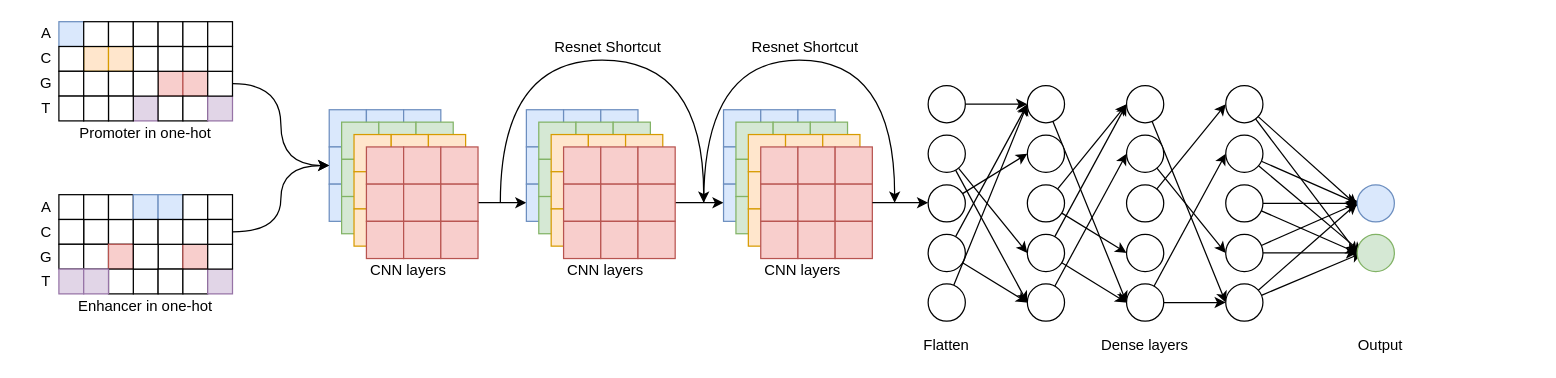
Earlier version of the draw.io diagram onehot_resnet18.drawio (NaiveTom/draw.io). Source tidied: cells renumbered, new cells numbered last; positions are measured from the earlier drawing's top-left corner, leaving out a move shared by most shapes. Both pictures are drawn from the tidied source at 124%, with x=0, y=0 at pixel (21, 21).
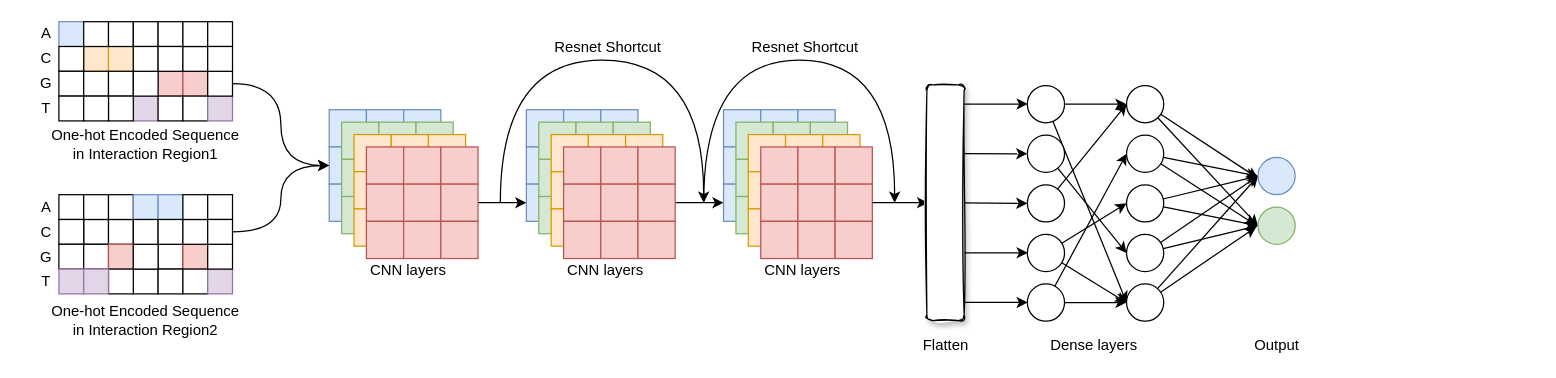
After the change.

What changed in the source:
```diff
@@
-    <mxCell id="118" style="edgeStyle=none;rounded=0;jettySize=auto;html=1;entryX=0;entryY=0.5;entryDx=0;entryDy=0;" parent="1" edge="1" source="119" target="131">
-      <mxGeometry relative="1" as="geometry" />
-    </mxCell>
-    <mxCell id="119" style="ellipse;whiteSpace=wrap;html=1;" parent="1" vertex="1">
-      <mxGeometry x="731" y="51.5" width="30" height="30" as="geometry" />
-    </mxCell>
-    <mxCell id="120" style="edgeStyle=none;rounded=1;jumpSize=20;jettySize=auto;html=1;entryX=0;entryY=0.5;entryDx=0;entryDy=0;strokeWidth=1;" parent="1" edge="1" source="122" target="140">
-      <mxGeometry relative="1" as="geometry" />
-    </mxCell>
-    <mxCell id="121" style="edgeStyle=none;rounded=1;jumpSize=20;jettySize=auto;html=1;entryX=0;entryY=0.5;entryDx=0;entryDy=0;strokeWidth=1;" parent="1" edge="1" source="122" target="138">
-      <mxGeometry relative="1" as="geometry" />
-    </mxCell>
-    <mxCell id="122" style="ellipse;whiteSpace=wrap;html=1;" parent="1" vertex="1">
-      <mxGeometry x="731" y="91.5" width="30" height="30" as="geometry" />
-    </mxCell>
-    <mxCell id="123" style="rounded=1;jumpSize=20;jettySize=auto;html=1;entryX=0;entryY=0.5;entryDx=0;entryDy=0;strokeWidth=1;" parent="1" edge="1" source="124" target="132">
-      <mxGeometry relative="1" as="geometry" />
-    </mxCell>
-    <mxCell id="124" style="ellipse;whiteSpace=wrap;html=1;" parent="1" vertex="1">
-      <mxGeometry x="731" y="131.5" width="30" height="30" as="geometry" />
-    </mxCell>
-    <mxCell id="125" style="rounded=1;jumpSize=20;jettySize=auto;html=1;entryX=0;entryY=0.5;entryDx=0;entryDy=0;strokeWidth=1;" parent="1" edge="1" source="127" target="131">
-      <mxGeometry relative="1" as="geometry" />
-    </mxCell>
-    <mxCell id="126" style="edgeStyle=none;rounded=1;jumpSize=20;jettySize=auto;html=1;entryX=0;entryY=0.5;entryDx=0;entryDy=0;strokeWidth=1;" parent="1" edge="1" source="127" target="140">
-      <mxGeometry relative="1" as="geometry" />
-    </mxCell>
-    <mxCell id="127" style="ellipse;whiteSpace=wrap;html=1;" parent="1" vertex="1">
-      <mxGeometry x="731" y="171.5" width="30" height="30" as="geometry" />
-    </mxCell>
-    <mxCell id="128" style="edgeStyle=none;rounded=1;jumpSize=20;jettySize=auto;html=1;entryX=0;entryY=0.5;entryDx=0;entryDy=0;strokeWidth=1;" parent="1" edge="1" source="129" target="131">
-      <mxGeometry relative="1" as="geometry" />
-    </mxCell>
-    <mxCell id="129" style="ellipse;whiteSpace=wrap;html=1;" parent="1" vertex="1">
-      <mxGeometry x="731" y="211.5" width="30" height="30" as="geometry" />
-    </mxCell>
-    <mxCell id="130" style="edgeStyle=none;rounded=1;jumpSize=20;jettySize=auto;html=1;entryX=0;entryY=0.5;entryDx=0;entryDy=0;strokeWidth=1;" parent="1" edge="1" source="131" target="152">
-      <mxGeometry relative="1" as="geometry" />
-    </mxCell>
-    <mxCell id="131" style="ellipse;whiteSpace=wrap;html=1;" parent="1" vertex="1">
-      <mxGeometry x="811" y="51.5" width="30" height="30" as="geometry" />
-    </mxCell>
-    <mxCell id="132" style="ellipse;whiteSpace=wrap;html=1;" parent="1" vertex="1">
-      <mxGeometry x="811" y="91.5" width="30" height="30" as="geometry" />
-    </mxCell>
-    <mxCell id="133" style="edgeStyle=none;rounded=1;jumpSize=20;jettySize=auto;html=1;entryX=0;entryY=0.5;entryDx=0;entryDy=0;strokeWidth=1;" parent="1" edge="1" source="135" target="149">
-      <mxGeometry relative="1" as="geometry" />
-    </mxCell>
-    <mxCell id="134" style="edgeStyle=none;rounded=1;jumpSize=20;jettySize=auto;html=1;entryX=0;entryY=0.5;entryDx=0;entryDy=0;strokeWidth=1;" parent="1" edge="1" source="135" target="144">
-      <mxGeometry relative="1" as="geometry" />
-    </mxCell>
-    <mxCell id="135" style="ellipse;whiteSpace=wrap;html=1;" parent="1" vertex="1">
-      <mxGeometry x="811" y="131.5" width="30" height="30" as="geometry" />
-    </mxCell>
-    <mxCell id="136" style="edgeStyle=none;rounded=1;jumpSize=20;jettySize=auto;html=1;entryX=0;entryY=0.5;entryDx=0;entryDy=0;strokeWidth=1;" parent="1" edge="1" source="138" target="144">
-      <mxGeometry relative="1" as="geometry" />
-    </mxCell>
-    <mxCell id="137" style="edgeStyle=none;rounded=1;jumpSize=20;jettySize=auto;html=1;entryX=0;entryY=0.5;entryDx=0;entryDy=0;strokeWidth=1;" parent="1" edge="1" source="138" target="152">
-      <mxGeometry relative="1" as="geometry" />
-    </mxCell>
-    <mxCell id="138" style="ellipse;whiteSpace=wrap;html=1;" parent="1" vertex="1">
-      <mxGeometry x="811" y="171.5" width="30" height="30" as="geometry" />
-    </mxCell>
-    <mxCell id="139" style="edgeStyle=none;rounded=1;jumpSize=20;jettySize=auto;html=1;entryX=0;entryY=0.5;entryDx=0;entryDy=0;strokeWidth=1;" parent="1" edge="1" source="140" target="146">
-      <mxGeometry relative="1" as="geometry" />
-    </mxCell>
-    <mxCell id="140" style="ellipse;whiteSpace=wrap;html=1;" parent="1" vertex="1">
-      <mxGeometry x="811" y="211.5" width="30" height="30" as="geometry" />
-    </mxCell>
     <mxCell id="141" value="Dense layers" style="text;html=1;strokeColor=none;fillColor=none;align=center;verticalAlign=middle;whiteSpace=wrap;rounded=0;" parent="1" vertex="1">
-      <mxGeometry x="781" y="250.5" width="250" height="20" as="geometry" />
+      <mxGeometry x="820" y="250.5" width="90" height="20" as="geometry" />
     </mxCell>
     <mxCell id="142" value="Flatten" style="text;html=1;strokeColor=none;fillColor=none;align=center;verticalAlign=middle;whiteSpace=wrap;rounded=0;" parent="1" vertex="1">
-      <mxGeometry x="621" y="250.5" width="250" height="20" as="geometry" />
+      <mxGeometry x="734.5" y="250.5" width="21" height="20" as="geometry" />
     </mxCell>
@@
+    <mxCell id="243" style="edgeStyle=none;rounded=0;jettySize=auto;html=1;entryX=0;entryY=0.5;entryDx=0;entryDy=0;" parent="1" edge="1" source="144" target="155">
+      <mxGeometry relative="1" as="geometry" />
+    </mxCell>
     <mxCell id="144" style="ellipse;whiteSpace=wrap;html=1;" parent="1" vertex="1">
-      <mxGeometry x="891" y="51.5" width="30" height="30" as="geometry" />
+      <mxGeometry x="811" y="51.5" width="30" height="30" as="geometry" />
     </mxCell>
@@
     <mxCell id="146" style="ellipse;whiteSpace=wrap;html=1;" parent="1" vertex="1">
-      <mxGeometry x="891" y="91.5" width="30" height="30" as="geometry" />
+      <mxGeometry x="811" y="91.5" width="30" height="30" as="geometry" />
     </mxCell>
@@
     <mxCell id="148" style="ellipse;whiteSpace=wrap;html=1;" parent="1" vertex="1">
-      <mxGeometry x="891" y="131.5" width="30" height="30" as="geometry" />
+      <mxGeometry x="811" y="131.5" width="30" height="30" as="geometry" />
     </mxCell>
+    <mxCell id="244" style="edgeStyle=none;rounded=0;jettySize=auto;html=1;entryX=0;entryY=0.5;entryDx=0;entryDy=0;" parent="1" edge="1" source="149" target="161">
+      <mxGeometry relative="1" as="geometry" />
+    </mxCell>
+    <mxCell id="245" style="edgeStyle=none;rounded=0;jettySize=auto;html=1;entryX=0;entryY=0.5;entryDx=0;entryDy=0;" parent="1" edge="1" source="149" target="167">
+      <mxGeometry relative="1" as="geometry" />
+    </mxCell>
     <mxCell id="149" style="ellipse;whiteSpace=wrap;html=1;" parent="1" vertex="1">
-      <mxGeometry x="891" y="171.5" width="30" height="30" as="geometry" />
+      <mxGeometry x="811" y="171.5" width="30" height="30" as="geometry" />
     </mxCell>
@@
     <mxCell id="152" style="ellipse;whiteSpace=wrap;html=1;" parent="1" vertex="1">
-      <mxGeometry x="891" y="211.5" width="30" height="30" as="geometry" />
+      <mxGeometry x="811" y="211.5" width="30" height="30" as="geometry" />
     </mxCell>
@@
     <mxCell id="155" style="ellipse;whiteSpace=wrap;html=1;" parent="1" vertex="1">
-      <mxGeometry x="971" y="51.5" width="30" height="30" as="geometry" />
+      <mxGeometry x="891" y="51.5" width="30" height="30" as="geometry" />
     </mxCell>
@@
-    <mxCell id="157" style="edgeStyle=none;rounded=1;jumpSize=20;jettySize=auto;html=1;strokeWidth=1;" parent="1" edge="1" source="158">
-      <mxGeometry relative="1" as="geometry">
-        <mxPoint x="1081" y="186.5" as="targetPoint" />
-      </mxGeometry>
+    <mxCell id="157" style="edgeStyle=none;rounded=1;jumpSize=20;jettySize=auto;html=1;strokeWidth=1;entryX=-0.057;entryY=0.483;entryDx=0;entryDy=0;entryPerimeter=0;" parent="1" edge="1" source="158" target="170">
+      <mxGeometry relative="1" as="geometry" />
     </mxCell>
     <mxCell id="158" style="ellipse;whiteSpace=wrap;html=1;" parent="1" vertex="1">
-      <mxGeometry x="971" y="91.5" width="30" height="30" as="geometry" />
+      <mxGeometry x="891" y="91.5" width="30" height="30" as="geometry" />
     </mxCell>
@@
-    <mxCell id="160" style="edgeStyle=none;rounded=1;jumpSize=20;jettySize=auto;html=1;strokeWidth=1;" parent="1" edge="1" source="161">
-      <mxGeometry relative="1" as="geometry">
-        <mxPoint x="1081" y="146.5" as="targetPoint" />
-      </mxGeometry>
+    <mxCell id="160" style="edgeStyle=none;rounded=1;jumpSize=20;jettySize=auto;html=1;strokeWidth=1;entryX=0;entryY=0.5;entryDx=0;entryDy=0;" parent="1" edge="1" source="161" target="169">
+      <mxGeometry relative="1" as="geometry" />
     </mxCell>
     <mxCell id="161" style="ellipse;whiteSpace=wrap;html=1;" parent="1" vertex="1">
-      <mxGeometry x="971" y="131.5" width="30" height="30" as="geometry" />
+      <mxGeometry x="891" y="131.5" width="30" height="30" as="geometry" />
     </mxCell>
@@
     <mxCell id="164" style="ellipse;whiteSpace=wrap;html=1;" parent="1" vertex="1">
-      <mxGeometry x="971" y="171.5" width="30" height="30" as="geometry" />
+      <mxGeometry x="891" y="171.5" width="30" height="30" as="geometry" />
     </mxCell>
-    <mxCell id="165" style="edgeStyle=none;rounded=1;jumpSize=20;jettySize=auto;html=1;strokeWidth=1;" parent="1" edge="1" source="167">
-      <mxGeometry relative="1" as="geometry">
-        <mxPoint x="1081" y="186.5" as="targetPoint" />
-      </mxGeometry>
+    <mxCell id="165" style="edgeStyle=none;rounded=1;jumpSize=20;jettySize=auto;html=1;strokeWidth=1;entryX=-0.05;entryY=0.538;entryDx=0;entryDy=0;entryPerimeter=0;" parent="1" edge="1" source="167" target="170">
+      <mxGeometry relative="1" as="geometry" />
     </mxCell>
@@
     <mxCell id="167" style="ellipse;whiteSpace=wrap;html=1;" parent="1" vertex="1">
-      <mxGeometry x="971" y="211.5" width="30" height="30" as="geometry" />
+      <mxGeometry x="891" y="211.5" width="30" height="30" as="geometry" />
     </mxCell>
     <mxCell id="168" value="&lt;div&gt;Output&lt;/div&gt;" style="text;html=1;strokeColor=none;fillColor=none;align=center;verticalAlign=middle;whiteSpace=wrap;rounded=0;" parent="1" vertex="1">
-      <mxGeometry x="971" y="250.5" width="250" height="20" as="geometry" />
+      <mxGeometry x="1000.8" y="250.5" width="22.5" height="20" as="geometry" />
     </mxCell>
     <mxCell id="169" style="ellipse;whiteSpace=wrap;html=1;fillColor=#dae8fc;strokeColor=#6c8ebf;" parent="1" vertex="1">
-      <mxGeometry x="1077" y="131.5" width="30" height="30" as="geometry" />
+      <mxGeometry x="997" y="109.5" width="30" height="30" as="geometry" />
     </mxCell>
     <mxCell id="170" style="ellipse;whiteSpace=wrap;html=1;fillColor=#d5e8d4;strokeColor=#82b366;" parent="1" vertex="1">
-      <mxGeometry x="1077" y="171.5" width="30" height="30" as="geometry" />
+      <mxGeometry x="997" y="149.5" width="30" height="30" as="geometry" />
     </mxCell>
@@
-    <mxCell id="173" value="&lt;div&gt;Promoter in one-hot&lt;/div&gt;" style="text;html=1;strokeColor=none;fillColor=none;align=center;verticalAlign=middle;whiteSpace=wrap;rounded=0;" parent="1" vertex="1">
-      <mxGeometry x="20" y="80" width="160" height="20" as="geometry" />
-    </mxCell>
@@
-    <mxCell id="208" value="&lt;div&gt;Enhancer in one-hot&lt;/div&gt;" style="text;html=1;strokeColor=none;fillColor=none;align=center;verticalAlign=middle;whiteSpace=wrap;rounded=0;" parent="1" vertex="1">
-      <mxGeometry x="20" y="219.5" width="160" height="20" as="geometry" />
-    </mxCell>
@@
+    <mxCell id="246" style="rounded=0;jettySize=auto;html=1;entryX=0;entryY=0.5;entryDx=0;entryDy=0;" parent="1" edge="1" source="247">
+      <mxGeometry relative="1" as="geometry">
+        <mxPoint x="811" y="146.5" as="targetPoint" />
+      </mxGeometry>
+    </mxCell>
+    <mxCell id="247" style="rounded=1;whiteSpace=wrap;html=1;shadow=1;glass=0;sketch=1;" parent="1" vertex="1">
+      <mxGeometry x="730" y="51" width="30" height="190" as="geometry" />
+    </mxCell>
+    <mxCell id="248" style="endArrow=classic;html=1;entryX=0;entryY=0.5;entryDx=0;entryDy=0;exitX=0.989;exitY=0.292;exitDx=0;exitDy=0;exitPerimeter=0;" parent="1" edge="1" source="247">
+      <mxGeometry relative="1" as="geometry">
+        <mxPoint x="811" y="106.5" as="targetPoint" />
+      </mxGeometry>
+    </mxCell>
+    <mxCell id="249" style="endArrow=classic;html=1;entryX=0;entryY=0.5;entryDx=0;entryDy=0;exitX=0.989;exitY=0.292;exitDx=0;exitDy=0;exitPerimeter=0;" parent="1" edge="1">
+      <mxGeometry relative="1" as="geometry">
+        <mxPoint x="760" y="66.4" as="sourcePoint" />
+        <mxPoint x="811.3" y="66.4" as="targetPoint" />
+      </mxGeometry>
+    </mxCell>
+    <mxCell id="250" style="endArrow=classic;html=1;entryX=0;entryY=0.5;entryDx=0;entryDy=0;exitX=0.989;exitY=0.292;exitDx=0;exitDy=0;exitPerimeter=0;" parent="1" edge="1">
+      <mxGeometry relative="1" as="geometry">
+        <mxPoint x="760" y="186.4" as="sourcePoint" />
+        <mxPoint x="811.3" y="186.4" as="targetPoint" />
+      </mxGeometry>
+    </mxCell>
+    <mxCell id="251" style="endArrow=classic;html=1;entryX=0;entryY=0.5;entryDx=0;entryDy=0;exitX=0.989;exitY=0.292;exitDx=0;exitDy=0;exitPerimeter=0;" parent="1" edge="1">
+      <mxGeometry relative="1" as="geometry">
+        <mxPoint x="760" y="226.4" as="sourcePoint" />
+        <mxPoint x="811.3" y="226.4" as="targetPoint" />
+      </mxGeometry>
+    </mxCell>
+    <mxCell id="252" value="One-hot Encoded Sequence in Interaction Region1" style="text;html=1;strokeColor=none;fillColor=none;align=center;verticalAlign=middle;whiteSpace=wrap;rounded=0;" parent="1" vertex="1">
+      <mxGeometry x="20" y="89" width="160" height="20" as="geometry" />
+    </mxCell>
+    <mxCell id="253" value="&lt;div&gt;One-hot Encoded Sequence in Interaction Region2&lt;/div&gt;" style="text;html=1;strokeColor=none;fillColor=none;align=center;verticalAlign=middle;whiteSpace=wrap;rounded=0;" parent="1" vertex="1">
+      <mxGeometry x="20" y="230.5" width="160" height="20" as="geometry" />
+    </mxCell>
```
